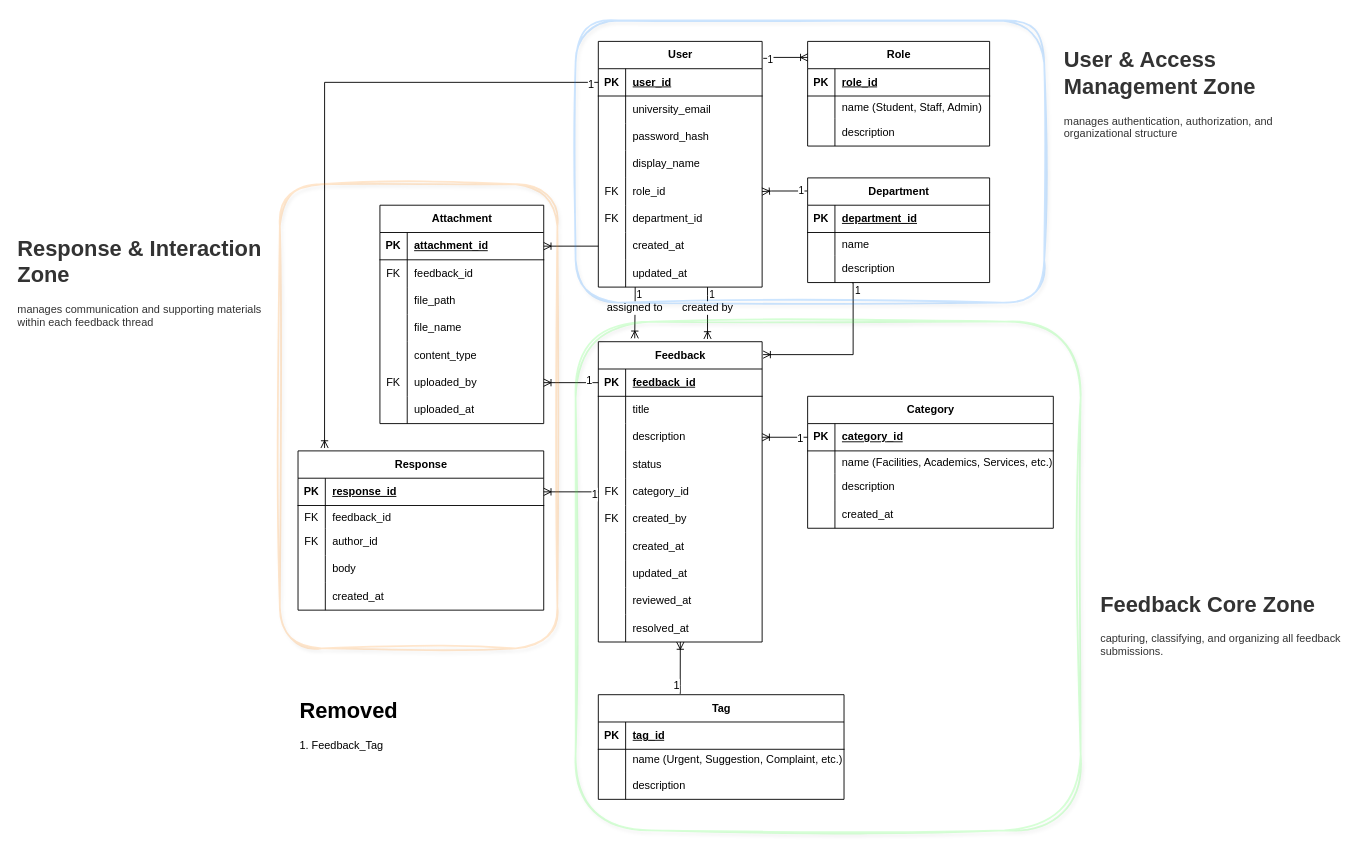
Earlier version of the draw.io diagram page "ERD" (5 of 5) of FeedForward_Diagrams.drawio (KobeVLM/FeedForward). Source tidied: cells renumbered, new cells numbered last; positions are measured from the earlier drawing's top-left corner, leaving out a move shared by most shapes. Both pictures are drawn from the tidied source at 91%, with x=0, y=0 at pixel (15, 20).
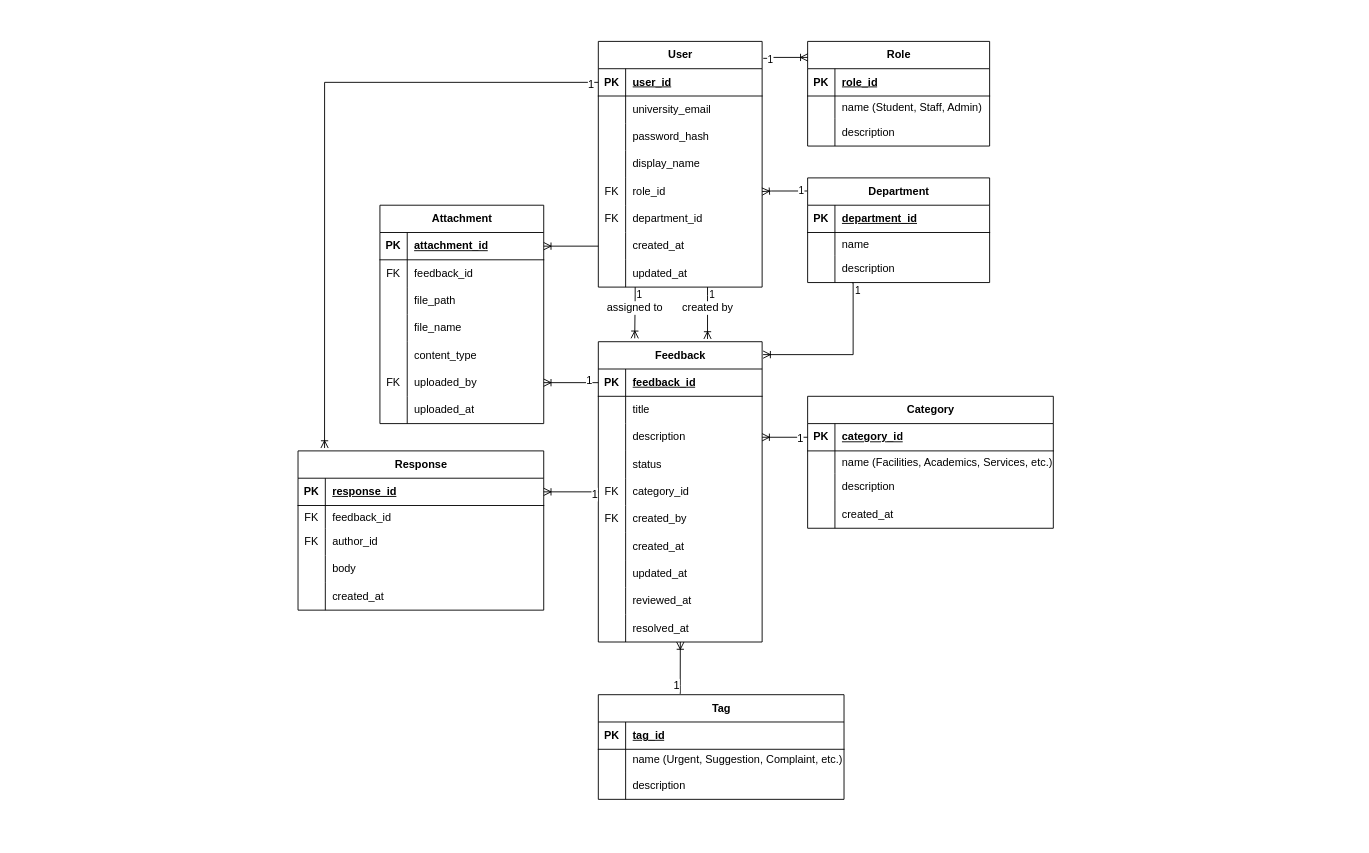
The same diagram, later.

The edit, as a diff of the source:
```diff
@@
-    <mxCell id="162" parent="0" />
-    <mxCell id="163" style="rounded=1;whiteSpace=wrap;html=1;fillColor=none;strokeWidth=2;strokeColor=#007FFF;glass=1;shadow=1;sketch=1;curveFitting=1;jiggle=2;opacity=20;" parent="162" vertex="1">
-      <mxGeometry x="615" width="515" height="310" as="geometry" />
-    </mxCell>
-    <mxCell id="164" value="&lt;h1 style=&quot;margin-top: 0px;&quot;&gt;Removed&lt;/h1&gt;&lt;p&gt;1. Feedback_Tag&amp;nbsp;&lt;/p&gt;" style="text;html=1;whiteSpace=wrap;overflow=hidden;rounded=0;" parent="162" vertex="1">
-      <mxGeometry x="310" y="738.4" width="180" height="120" as="geometry" />
-    </mxCell>
-    <mxCell id="165" value="&lt;h1 style=&quot;margin-top: 0px;&quot;&gt;&lt;span&gt;&lt;strong&gt;User &amp;amp; Access Management Zone&lt;/strong&gt;&lt;/span&gt;&lt;/h1&gt;&lt;p&gt;&lt;span&gt;manages authentication, authorization, and organizational structure&lt;/span&gt;&lt;/p&gt;" style="text;html=1;whiteSpace=wrap;overflow=hidden;rounded=0;glass=0;shadow=0;fillColor=none;strokeColor=none;fontColor=#333333;opacity=20;" parent="162" vertex="1">
-      <mxGeometry x="1150" y="23" width="280" height="120" as="geometry" />
-    </mxCell>
-    <mxCell id="166" value="&lt;h1 style=&quot;margin-top: 0px;&quot;&gt;&lt;span&gt;&lt;strong&gt;Feedback Core Zone&lt;/strong&gt;&lt;/span&gt;&lt;/h1&gt;&lt;p&gt;&lt;span&gt;capturing, classifying, and organizing all feedback submissions.&lt;/span&gt;&lt;/p&gt;" style="text;html=1;whiteSpace=wrap;overflow=hidden;rounded=0;glass=0;shadow=0;fillColor=none;strokeColor=none;fontColor=#333333;opacity=20;" parent="162" vertex="1">
-      <mxGeometry x="1190" y="620.9" width="280" height="120" as="geometry" />
-    </mxCell>
-    <mxCell id="167" style="rounded=1;whiteSpace=wrap;html=1;fillColor=none;strokeWidth=2;strokeColor=#FF8000;glass=1;shadow=1;sketch=1;curveFitting=1;jiggle=2;opacity=20;perimeterSpacing=0;" parent="162" vertex="1">
-      <mxGeometry x="290" y="180" width="305" height="510" as="geometry" />
-    </mxCell>
-    <mxCell id="168" style="rounded=1;whiteSpace=wrap;html=1;fillColor=none;strokeWidth=2;strokeColor=#33FF33;glass=1;shadow=1;sketch=1;curveFitting=1;jiggle=2;opacity=20;perimeterSpacing=0;" parent="162" vertex="1">
-      <mxGeometry x="615" y="331" width="555" height="559" as="geometry" />
-    </mxCell>
-    <mxCell id="169" value="&lt;h1 style=&quot;margin-top: 0px;&quot;&gt;&lt;span&gt;&lt;strong&gt;Response &amp;amp; Interaction Zone&lt;/strong&gt;&lt;/span&gt;&lt;/h1&gt;&lt;p&gt;&lt;span&gt;manages communication and supporting materials within each feedback thread&lt;/span&gt;&lt;/p&gt;" style="text;html=1;whiteSpace=wrap;overflow=hidden;rounded=0;glass=0;shadow=0;fillColor=none;strokeColor=none;fontColor=#333333;opacity=20;" parent="162" vertex="1">
-      <mxGeometry y="230" width="280" height="120" as="geometry" />
-    </mxCell>
```
